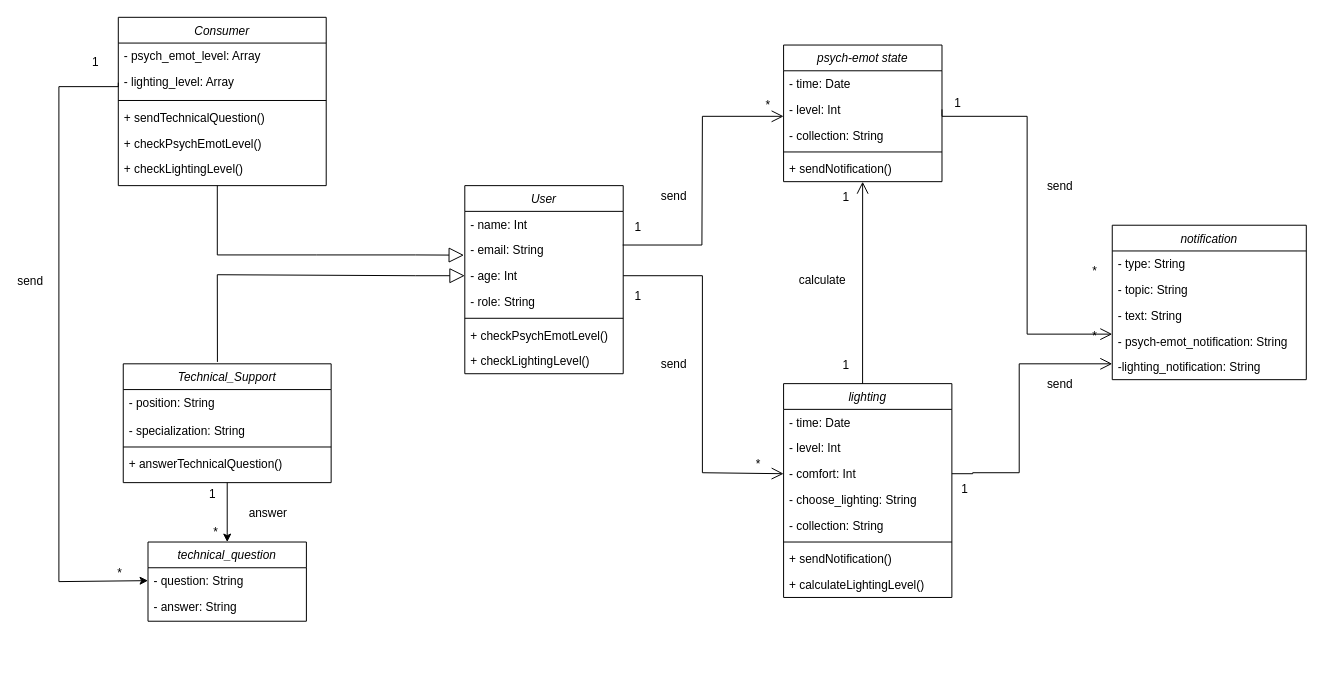
Before: page "umlprogrammclasses" (1 of 2) of 2-SoftwareDesign/2.5-UMLProgramClasses/UMLProgramClasses(update2).drawio in oleksandrblazhko/ai-215-berdnik, a draw.io diagram. Source tidied: cells renumbered, new cells numbered last; positions are measured from the earlier drawing's top-left corner, leaving out a move shared by most shapes. Both pictures are drawn from the tidied source at 99%, with x=0, y=0 at pixel (29, 17).
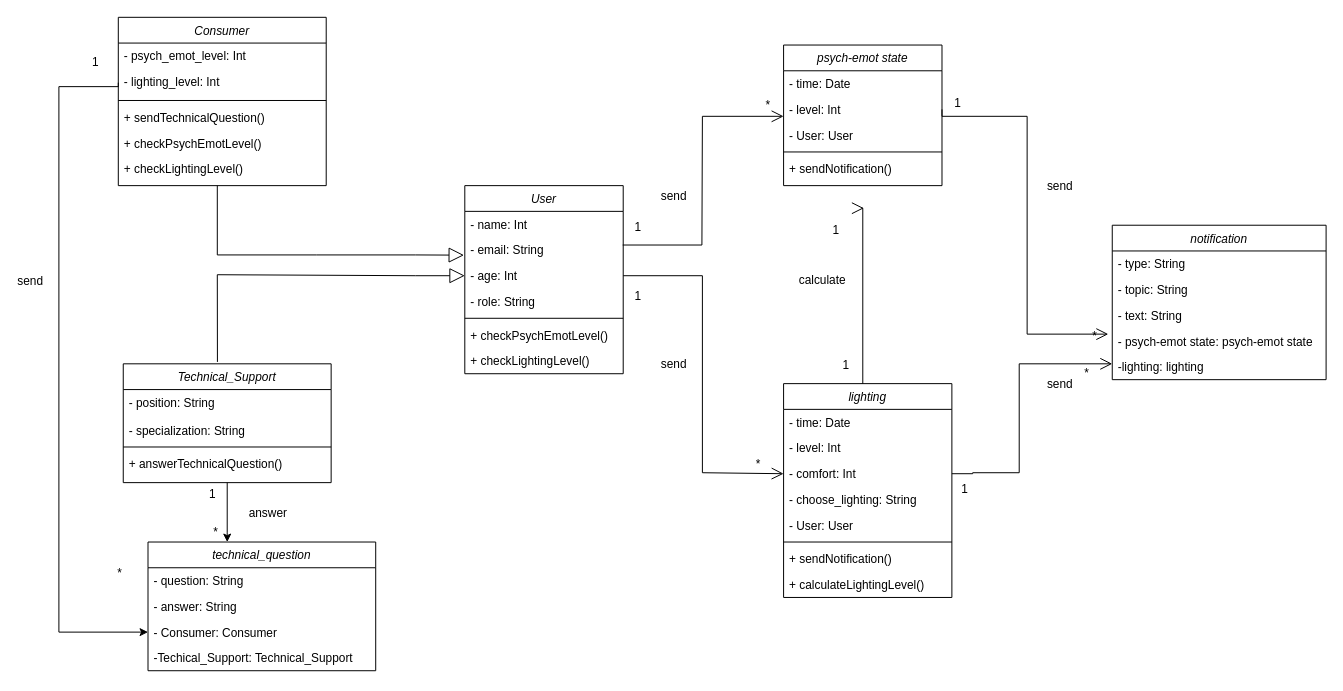
The same page after the edit.

The change refers to these unchanged cells:
```xml
<mxCell id="11" value="lighting" style="swimlane;fontStyle=2;align=center;verticalAlign=top;horizontal=1;startSize=26;rounded=0;shadow=0;strokeWidth=1;" parent="1" vertex="1">
  <mxGeometry x="762" y="370" width="170" height="216" as="geometry" />
</mxCell>
<mxCell id="20" value="Consumer" style="swimlane;fontStyle=2;align=center;verticalAlign=top;horizontal=1;startSize=26;rounded=0;shadow=0;strokeWidth=1;" parent="1" vertex="1">
  <mxGeometry x="90" width="210" height="170" as="geometry" />
</mxCell>
<mxCell id="28" value="Technical_Support" style="swimlane;fontStyle=2;align=center;verticalAlign=top;horizontal=1;startSize=26;rounded=0;shadow=0;strokeWidth=1;" parent="1" vertex="1">
  <mxGeometry x="95" y="350" width="210" height="120" as="geometry" />
</mxCell>
<mxCell id="52" value="- level: Int" style="text;align=left;verticalAlign=top;spacingLeft=4;spacingRight=4;overflow=hidden;points=[[0,0.5],[1,0.5]];portConstraint=eastwest;rounded=0;shadow=0;html=0;" parent="50" vertex="1">
  <mxGeometry y="52" width="160" height="26" as="geometry" />
</mxCell>
<mxCell id="55" value="+ sendNotification()" style="text;align=left;verticalAlign=top;spacingLeft=4;spacingRight=4;overflow=hidden;points=[[0,0.5],[1,0.5]];portConstraint=eastwest;" parent="50" vertex="1">
  <mxGeometry y="112" width="160" height="26" as="geometry" />
</mxCell>
```

Diff of the diagram source:
```diff
@@
-    <mxCell id="10" style="edgeStyle=orthogonalEdgeStyle;rounded=0;jettySize=auto;html=1;exitX=0.458;exitY=0.003;exitDx=0;exitDy=0;entryX=0.499;entryY=1.002;entryDx=0;entryDy=0;endSize=10;endArrow=open;endFill=0;entryPerimeter=0;exitPerimeter=0;" parent="1" edge="1" source="11" target="55">
+    <mxCell id="10" style="edgeStyle=orthogonalEdgeStyle;rounded=0;jettySize=auto;html=1;exitX=0.458;exitY=0.003;exitDx=0;exitDy=0;entryX=0.507;entryY=1.03;entryDx=0;entryDy=0;endSize=10;endArrow=open;endFill=0;entryPerimeter=0;exitPerimeter=0;" parent="1" edge="1" source="11">
       <mxGeometry relative="1" as="geometry">
+        <mxPoint x="843.1" y="192.8" as="targetPoint" />
         <Array as="points">
           <mxPoint x="842" y="371" />
+          <mxPoint x="842" y="193" />
         </Array>
       </mxGeometry>
     </mxCell>
@@
-    <mxCell id="16" value="- collection: String" style="text;align=left;verticalAlign=top;spacingLeft=4;spacingRight=4;overflow=hidden;rounded=0;shadow=0;html=0;" parent="11" vertex="1">
+    <mxCell id="16" value="- User: User" style="text;align=left;verticalAlign=top;spacingLeft=4;spacingRight=4;overflow=hidden;rounded=0;shadow=0;html=0;" parent="11" vertex="1">
       <mxGeometry y="130" width="170" height="26" as="geometry" />
     </mxCell>
@@
-    <mxCell id="21" value="- psych_emot_level: Array" style="text;align=left;verticalAlign=top;spacingLeft=4;spacingRight=4;overflow=hidden;" parent="20" vertex="1">
+    <mxCell id="21" value="- psych_emot_level: Int" style="text;align=left;verticalAlign=top;spacingLeft=4;spacingRight=4;overflow=hidden;" parent="20" vertex="1">
       <mxGeometry y="26" width="210" height="26" as="geometry" />
     </mxCell>
-    <mxCell id="22" value="- lighting_level: Array" style="text;align=left;verticalAlign=top;spacingLeft=4;spacingRight=4;overflow=hidden;points=[[0,0.5],[1,0.5]];portConstraint=eastwest;rounded=0;shadow=0;html=0;" parent="20" vertex="1">
+    <mxCell id="22" value="- lighting_level: Int" style="text;align=left;verticalAlign=top;spacingLeft=4;spacingRight=4;overflow=hidden;points=[[0,0.5],[1,0.5]];portConstraint=eastwest;rounded=0;shadow=0;html=0;" parent="20" vertex="1">
       <mxGeometry y="52" width="210" height="28" as="geometry" />
     </mxCell>
@@
     <mxCell id="33" value="technical_question" style="swimlane;fontStyle=2;align=center;verticalAlign=top;horizontal=1;startSize=26;rounded=0;shadow=0;strokeWidth=1;" parent="1" vertex="1">
-      <mxGeometry x="120" y="530" width="160" height="80" as="geometry" />
+      <mxGeometry x="120" y="530" width="230" height="130" as="geometry" />
     </mxCell>
     <mxCell id="34" value="- question: String" style="text;align=left;verticalAlign=top;spacingLeft=4;spacingRight=4;overflow=hidden;points=[[0,0.5],[1,0.5]];portConstraint=eastwest;" parent="33" vertex="1">
-      <mxGeometry y="26" width="160" height="26" as="geometry" />
+      <mxGeometry y="26" width="230" height="26" as="geometry" />
     </mxCell>
     <mxCell id="35" value="- answer: String" style="text;align=left;verticalAlign=top;spacingLeft=4;spacingRight=4;overflow=hidden;rounded=0;shadow=0;html=0;" parent="33" vertex="1">
-      <mxGeometry y="52" width="160" height="26" as="geometry" />
+      <mxGeometry y="52" width="230" height="26" as="geometry" />
     </mxCell>
+    <mxCell id="79" value="- Consumer: Consumer" style="text;align=left;verticalAlign=top;spacingLeft=4;spacingRight=4;overflow=hidden;points=[[0,0.5],[1,0.5]];portConstraint=eastwest;rounded=0;shadow=0;html=0;" parent="33" vertex="1">
+      <mxGeometry y="78" width="230" height="26" as="geometry" />
+    </mxCell>
+    <mxCell id="80" value="-Techical_Support: Technical_Support" style="text;align=left;verticalAlign=top;spacingLeft=4;spacingRight=4;overflow=hidden;rounded=0;shadow=0;html=0;" parent="33" vertex="1">
+      <mxGeometry y="104" width="230" height="26" as="geometry" />
+    </mxCell>
-    <mxCell id="36" style="edgeStyle=orthogonalEdgeStyle;rounded=0;jettySize=auto;html=1;exitX=0;exitY=0.5;exitDx=0;exitDy=0;entryX=0;entryY=0.5;entryDx=0;entryDy=0;" parent="1" edge="1" source="22" target="34">
+    <mxCell id="36" style="edgeStyle=orthogonalEdgeStyle;rounded=0;jettySize=auto;html=1;exitX=0;exitY=0.5;exitDx=0;exitDy=0;entryX=0;entryY=0.5;entryDx=0;entryDy=0;" parent="1" edge="1" source="22" target="79">
       <mxGeometry relative="1" as="geometry">
         <Array as="points">
           <mxPoint x="90" y="70" />
           <mxPoint x="30" y="70" />
-          <mxPoint x="30" y="570" />
-          <mxPoint x="120" y="570" />
+          <mxPoint x="30" y="621" />
         </Array>
       </mxGeometry>
     </mxCell>
-    <mxCell id="37" style="edgeStyle=orthogonalEdgeStyle;rounded=0;jettySize=auto;html=1;exitX=0.5;exitY=1;exitDx=0;exitDy=0;entryX=0.5;entryY=0;entryDx=0;entryDy=0;" parent="1" edge="1" source="28" target="33">
+    <mxCell id="37" style="edgeStyle=orthogonalEdgeStyle;rounded=0;jettySize=auto;html=1;exitX=0.5;exitY=1;exitDx=0;exitDy=0;" parent="1" edge="1" source="28">
       <mxGeometry relative="1" as="geometry">
+        <mxPoint x="200" y="530" as="targetPoint" />
         <Array as="points">
           <mxPoint x="200" y="520" />
           <mxPoint x="200" y="520" />
         </Array>
       </mxGeometry>
     </mxCell>
@@
     <mxCell id="50" value="psych-emot state" style="swimlane;fontStyle=2;align=center;verticalAlign=top;horizontal=1;startSize=26;rounded=0;shadow=0;strokeWidth=1;" parent="1" vertex="1">
-      <mxGeometry x="762" y="28" width="160" height="138" as="geometry" />
+      <mxGeometry x="762" y="28" width="160" height="142" as="geometry" />
     </mxCell>
@@
-    <mxCell id="53" value="- collection: String" style="text;align=left;verticalAlign=top;spacingLeft=4;spacingRight=4;overflow=hidden;rounded=0;shadow=0;html=0;" parent="50" vertex="1">
+    <mxCell id="53" value="- User: User" style="text;align=left;verticalAlign=top;spacingLeft=4;spacingRight=4;overflow=hidden;rounded=0;shadow=0;html=0;" parent="50" vertex="1">
       <mxGeometry y="78" width="160" height="26" as="geometry" />
     </mxCell>
@@
     <mxCell id="61" value="notification" style="swimlane;fontStyle=2;align=center;verticalAlign=top;horizontal=1;startSize=26;rounded=0;shadow=0;strokeWidth=1;" parent="1" vertex="1">
-      <mxGeometry x="1094" y="210" width="196" height="156" as="geometry" />
+      <mxGeometry x="1094" y="210" width="216" height="156" as="geometry" />
     </mxCell>
     <mxCell id="62" value="- type: String" style="text;align=left;verticalAlign=top;spacingLeft=4;spacingRight=4;overflow=hidden;" parent="61" vertex="1">
-      <mxGeometry y="26" width="196" height="26" as="geometry" />
+      <mxGeometry y="26" width="216" height="26" as="geometry" />
     </mxCell>
     <mxCell id="63" value="- topic: String" style="text;align=left;verticalAlign=top;spacingLeft=4;spacingRight=4;overflow=hidden;rounded=0;shadow=0;html=0;" parent="61" vertex="1">
-      <mxGeometry y="52" width="196" height="26" as="geometry" />
+      <mxGeometry y="52" width="216" height="26" as="geometry" />
     </mxCell>
     <mxCell id="64" value="- text: String" style="text;align=left;verticalAlign=top;spacingLeft=4;spacingRight=4;overflow=hidden;rounded=0;shadow=0;html=0;" parent="61" vertex="1">
-      <mxGeometry y="78" width="196" height="26" as="geometry" />
+      <mxGeometry y="78" width="216" height="26" as="geometry" />
     </mxCell>
-    <mxCell id="65" value="- psych-emot_notification: String" style="text;align=left;verticalAlign=top;spacingLeft=4;spacingRight=4;overflow=hidden;points=[[0,0.5],[1,0.5]];portConstraint=eastwest;rounded=0;shadow=0;html=0;" parent="61" vertex="1">
-      <mxGeometry y="104" width="196" height="26" as="geometry" />
+    <mxCell id="65" value="- psych-emot state: psych-emot state" style="text;align=left;verticalAlign=top;spacingLeft=4;spacingRight=4;overflow=hidden;points=[[0,0.5],[1,0.5]];portConstraint=eastwest;rounded=0;shadow=0;html=0;" parent="61" vertex="1">
+      <mxGeometry y="104" width="216" height="26" as="geometry" />
     </mxCell>
-    <mxCell id="66" value="-lighting_notification: String" style="text;align=left;verticalAlign=top;spacingLeft=4;spacingRight=4;overflow=hidden;points=[[0,0.5],[1,0.5]];portConstraint=eastwest;rounded=0;shadow=0;html=0;" parent="61" vertex="1">
-      <mxGeometry y="130" width="196" height="26" as="geometry" />
+    <mxCell id="66" value="-lighting: lighting" style="text;align=left;verticalAlign=top;spacingLeft=4;spacingRight=4;overflow=hidden;points=[[0,0.5],[1,0.5]];portConstraint=eastwest;rounded=0;shadow=0;html=0;" parent="61" vertex="1">
+      <mxGeometry y="130" width="216" height="26" as="geometry" />
     </mxCell>
@@
-    <mxCell id="68" style="edgeStyle=orthogonalEdgeStyle;rounded=0;jettySize=auto;html=1;exitX=1;exitY=0.5;exitDx=0;exitDy=0;endArrow=open;endFill=0;endSize=10;" parent="1" edge="1" source="52" target="65">
+    <mxCell id="68" style="edgeStyle=orthogonalEdgeStyle;rounded=0;jettySize=auto;html=1;exitX=1;exitY=0.5;exitDx=0;exitDy=0;endArrow=open;endFill=0;endSize=10;" parent="1" edge="1" source="52">
       <mxGeometry relative="1" as="geometry">
+        <mxPoint x="1090" y="320" as="targetPoint" />
         <Array as="points">
           <mxPoint x="922" y="100" />
           <mxPoint x="1008" y="100" />
           <mxPoint x="1008" y="320" />
         </Array>
       </mxGeometry>
     </mxCell>
@@
     <mxCell id="73" value="*" style="align=right;verticalAlign=bottom;labelBackgroundColor=none;fontSize=12;" parent="1" vertex="1">
-      <mxGeometry x="1080" y="265" as="geometry" />
+      <mxGeometry x="1070" y="310" as="geometry">
+        <mxPoint x="2" y="58" as="offset" />
+      </mxGeometry>
     </mxCell>
@@
     <mxCell id="77" value="1" style="align=left;verticalAlign=bottom;labelBackgroundColor=none;fontSize=12;" parent="1" vertex="1">
-      <mxGeometry x="820" y="190" as="geometry" />
+      <mxGeometry x="810" y="223" as="geometry" />
     </mxCell>
```
